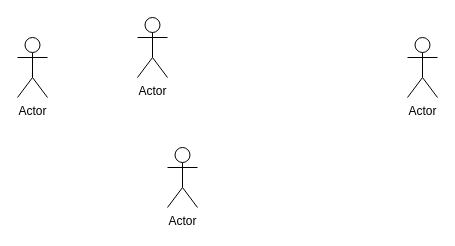
Above: курсач.drawio in KsushaKhadzhinova/diagrams (draw.io), before the change. Source tidied: cells renumbered, new cells numbered last; positions are measured from the earlier drawing's top-left corner, leaving out a move shared by most shapes. Both pictures are drawn from the tidied source at 100%, with x=0, y=0 at pixel (17, 17).
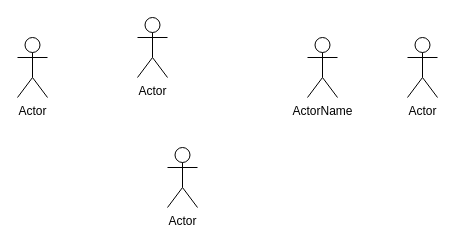
After the change.

The edit, as a diff of the source:
```diff
@@
 <mxGraphModel>
   <root>
     <mxCell id="0" />
     <mxCell id="1" parent="0" />
     <mxCell id="2" value="Actor" style="shape=umlActor;verticalLabelPosition=bottom;verticalAlign=top;html=1;" parent="1" vertex="1">
       <mxGeometry y="20" width="30" height="60" as="geometry" />
     </mxCell>
     <mxCell id="3" value="Actor" style="shape=umlActor;verticalLabelPosition=bottom;verticalAlign=top;html=1;" parent="1" vertex="1">
       <mxGeometry x="150" y="130" width="30" height="60" as="geometry" />
     </mxCell>
     <mxCell id="4" value="Actor" style="shape=umlActor;verticalLabelPosition=bottom;verticalAlign=top;html=1;" parent="1" vertex="1">
       <mxGeometry x="120" width="30" height="60" as="geometry" />
     </mxCell>
     <mxCell id="5" value="Actor" style="shape=umlActor;verticalLabelPosition=bottom;verticalAlign=top;html=1;" parent="1" vertex="1">
       <mxGeometry x="390" y="20" width="30" height="60" as="geometry" />
     </mxCell>
+    <mxCell id="6" value="ActorName" style="shape=umlActor;html=1;verticalLabelPosition=bottom;verticalAlign=top;align=center;" parent="1" vertex="1">
+      <mxGeometry x="290" y="20" width="30" height="60" as="geometry" />
+    </mxCell>
   </root>
 </mxGraphModel>
```
